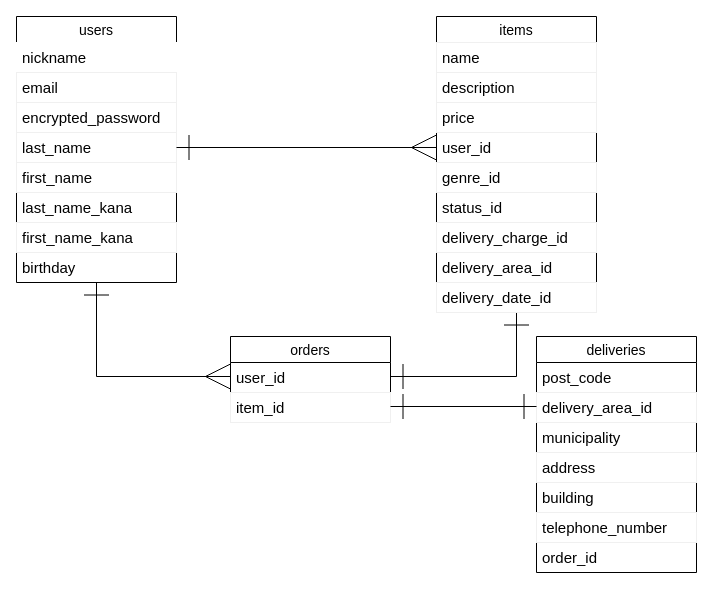
The draw.io diagram furima.dio in jum113/furima-37254, before the edit. Source tidied: cells renumbered, new cells numbered last; positions are measured from the earlier drawing's top-left corner, leaving out a move shared by most shapes. Both pictures are drawn from the tidied source at 100%, with x=0, y=0 at pixel (16, 16).
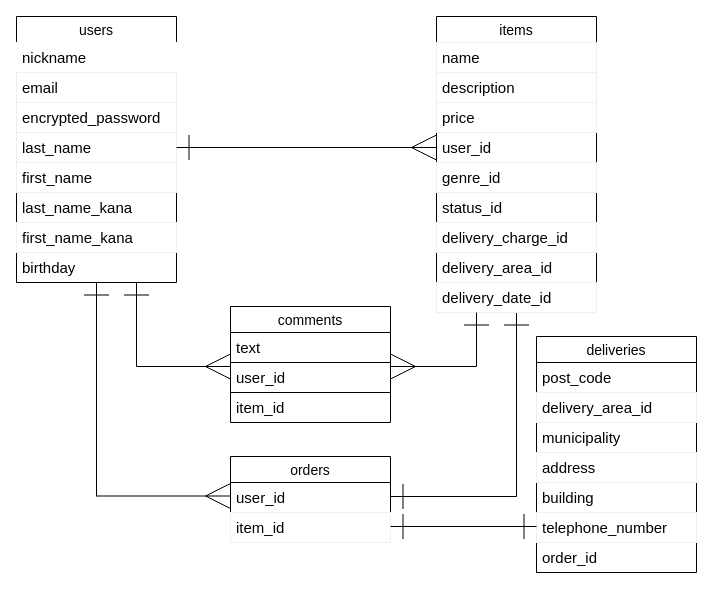
The same diagram, later.

The change refers to these unchanged cells:
```xml
<mxCell id="3" value="users" style="swimlane;fontStyle=0;horizontal=1;startSize=26;align=center;fontSize=14;" parent="1" vertex="1">
  <mxGeometry width="160" height="266" as="geometry" />
</mxCell>
<mxCell id="13" value="items" style="swimlane;fontStyle=0;horizontal=1;startSize=26;align=center;fontSize=14;" parent="1" vertex="1">
  <mxGeometry x="420" width="160" height="296" as="geometry" />
</mxCell>
```

Diff of the diagram source:
```diff
@@
     <mxCell id="2" style="edgeStyle=none;html=1;endArrow=none;endFill=0;startArrow=ERone;startFill=0;startSize=23;" parent="1" edge="1" source="3">
       <mxGeometry relative="1" as="geometry">
-        <mxPoint x="80" y="360" as="targetPoint" />
+        <mxPoint x="80" y="480" as="targetPoint" />
       </mxGeometry>
     </mxCell>
@@
     <mxCell id="12" style="edgeStyle=none;html=1;endArrow=none;endFill=0;startArrow=ERone;startFill=0;startSize=23;" parent="1" edge="1" source="13">
       <mxGeometry relative="1" as="geometry">
-        <mxPoint x="500" y="360" as="targetPoint" />
+        <mxPoint x="500" y="480" as="targetPoint" />
       </mxGeometry>
     </mxCell>
@@
     <mxCell id="23" value="orders" style="swimlane;fontStyle=0;horizontal=1;startSize=26;align=center;fontSize=14;" parent="1" vertex="1">
-      <mxGeometry x="214" y="320" width="160" height="86" as="geometry" />
+      <mxGeometry x="214" y="440" width="160" height="86" as="geometry" />
     </mxCell>
@@
     <mxCell id="35" style="edgeStyle=none;html=1;exitX=0;exitY=0.5;exitDx=0;exitDy=0;entryX=1;entryY=0.5;entryDx=0;entryDy=0;endArrow=ERone;endFill=0;startArrow=ERone;startFill=0;endSize=23;startSize=23;" parent="1" edge="1">
       <mxGeometry relative="1" as="geometry">
-        <mxPoint x="520" y="390" as="sourcePoint" />
-        <mxPoint x="374" y="390" as="targetPoint" />
+        <mxPoint x="520" y="510" as="sourcePoint" />
+        <mxPoint x="374" y="510" as="targetPoint" />
       </mxGeometry>
     </mxCell>
     <mxCell id="36" style="edgeStyle=none;html=1;exitX=0;exitY=0.5;exitDx=0;exitDy=0;endArrow=none;endFill=0;startArrow=ERmany;startFill=0;startSize=23;" parent="1" edge="1">
       <mxGeometry relative="1" as="geometry">
-        <mxPoint x="214" y="360" as="sourcePoint" />
-        <mxPoint x="80" y="360" as="targetPoint" />
+        <mxPoint x="214" y="479.5" as="sourcePoint" />
+        <mxPoint x="80" y="479.5" as="targetPoint" />
       </mxGeometry>
     </mxCell>
     <mxCell id="37" style="edgeStyle=none;html=1;exitX=1;exitY=0.5;exitDx=0;exitDy=0;endArrow=none;endFill=0;startArrow=ERone;startFill=0;startSize=23;" parent="1" edge="1">
       <mxGeometry relative="1" as="geometry">
-        <mxPoint x="374" y="360" as="sourcePoint" />
-        <mxPoint x="500" y="360" as="targetPoint" />
+        <mxPoint x="374" y="480" as="sourcePoint" />
+        <mxPoint x="500" y="480" as="targetPoint" />
       </mxGeometry>
     </mxCell>
+    <mxCell id="38" style="edgeStyle=none;html=1;fontSize=15;endArrow=none;endFill=0;startArrow=ERmany;startFill=0;endSize=6;startSize=23;" parent="1" edge="1">
+      <mxGeometry relative="1" as="geometry">
+        <mxPoint x="374" y="350" as="sourcePoint" />
+        <mxPoint x="460" y="350" as="targetPoint" />
+      </mxGeometry>
+    </mxCell>
+    <mxCell id="39" style="edgeStyle=none;html=1;fontSize=15;endArrow=none;endFill=0;startArrow=ERmany;startFill=0;startSize=23;" parent="1" edge="1">
+      <mxGeometry relative="1" as="geometry">
+        <mxPoint x="214" y="350" as="sourcePoint" />
+        <mxPoint x="120" y="350" as="targetPoint" />
+      </mxGeometry>
+    </mxCell>
+    <mxCell id="40" value="comments" style="swimlane;fontStyle=0;horizontal=1;startSize=26;align=center;fontSize=14;" parent="1" vertex="1">
+      <mxGeometry x="214" y="290" width="160" height="116" as="geometry" />
+    </mxCell>
+    <mxCell id="41" value="text" style="text;strokeColor=none;fillColor=none;spacingLeft=4;spacingRight=4;overflow=hidden;fontSize=15;" parent="40" vertex="1">
+      <mxGeometry y="26" width="160" height="30" as="geometry" />
+    </mxCell>
+    <mxCell id="42" value="user_id" style="text;strokeColor=default;fillColor=none;spacingLeft=4;spacingRight=4;overflow=hidden;fontSize=15;" parent="40" vertex="1">
+      <mxGeometry y="56" width="160" height="30" as="geometry" />
+    </mxCell>
+    <mxCell id="43" value="item_id" style="text;strokeColor=none;fillColor=none;spacingLeft=4;spacingRight=4;overflow=hidden;fontSize=15;" parent="40" vertex="1">
+      <mxGeometry y="86" width="160" height="30" as="geometry" />
+    </mxCell>
+    <mxCell id="44" style="edgeStyle=none;html=1;endArrow=none;endFill=0;startArrow=ERone;startFill=0;startSize=23;" parent="1" edge="1">
+      <mxGeometry relative="1" as="geometry">
+        <mxPoint x="460" y="296" as="sourcePoint" />
+        <mxPoint x="460" y="350" as="targetPoint" />
+      </mxGeometry>
+    </mxCell>
+    <mxCell id="45" style="edgeStyle=none;html=1;endArrow=none;endFill=0;startArrow=ERone;startFill=0;startSize=23;" parent="1" edge="1">
+      <mxGeometry relative="1" as="geometry">
+        <mxPoint x="120" y="266" as="sourcePoint" />
+        <mxPoint x="120" y="350" as="targetPoint" />
+      </mxGeometry>
+    </mxCell>
```
